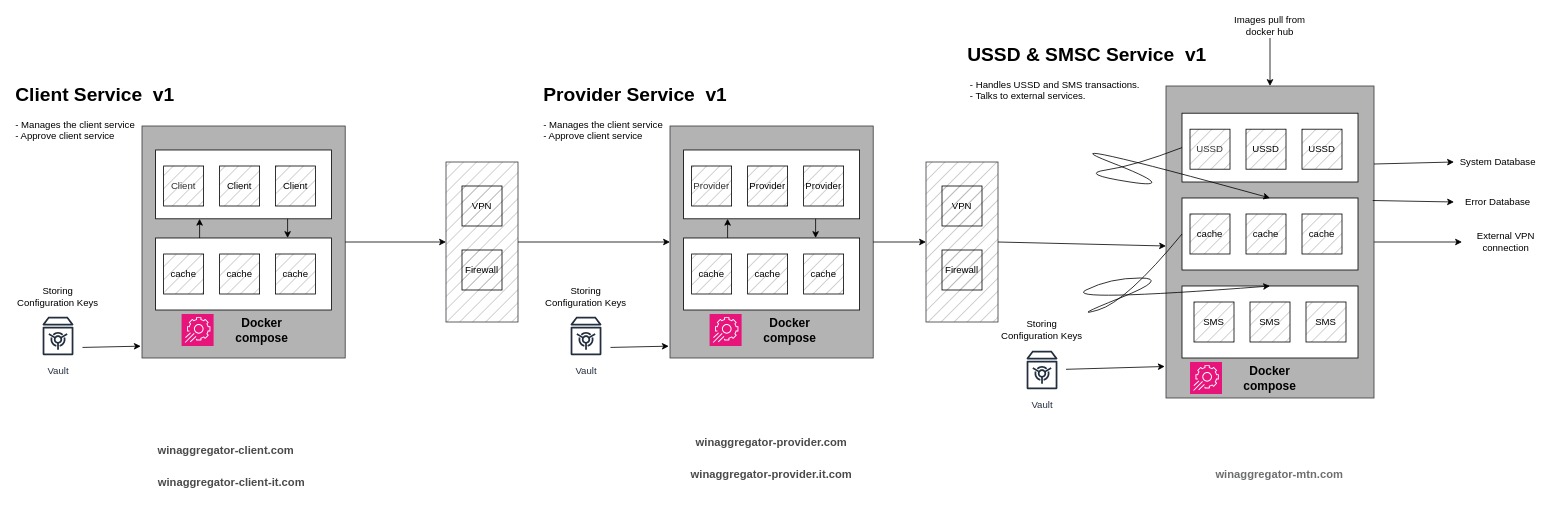
Before: VAS.drawio in brilliantnarlo/system-design, a draw.io diagram. Source tidied: cells renumbered, new cells numbered last; positions are measured from the earlier drawing's top-left corner, leaving out a move shared by most shapes. Both pictures are drawn from the tidied source at 80%, with x=0, y=0 at pixel (14, 14).
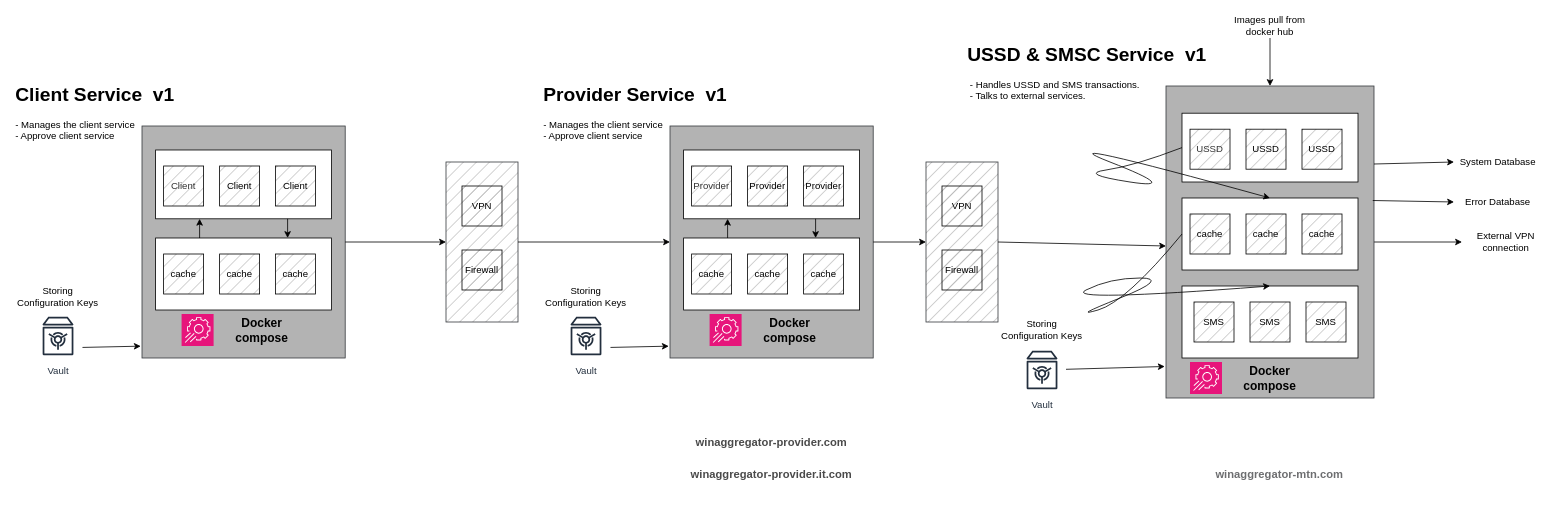
Above is the later version.

What changed in the source:
```diff
@@
-    <mxCell id="76" value="&lt;span style=&quot;color: rgb(74, 74, 74); font-family: &amp;quot;GB Museo Sans&amp;quot;, Arial, Helvetica, sans-serif; font-size: 14px; font-weight: 700; text-align: start; text-wrap-mode: nowrap; background-color: rgb(255, 255, 255);&quot;&gt;winaggregator-client.com&lt;/span&gt;" style="text;html=1;whiteSpace=wrap;strokeColor=none;fillColor=none;align=center;verticalAlign=middle;rounded=0;" parent="1" vertex="1">
-      <mxGeometry x="209.5" y="530" width="110" height="30" as="geometry" />
-    </mxCell>
-    <mxCell id="77" value="&lt;span style=&quot;color: rgb(74, 74, 74); font-family: &amp;quot;GB Museo Sans&amp;quot;, Arial, Helvetica, sans-serif; font-size: 14px; font-weight: 700; text-align: start; text-wrap-mode: nowrap; background-color: rgb(255, 255, 255);&quot;&gt;winaggregator-client-it.com&lt;/span&gt;" style="text;html=1;whiteSpace=wrap;strokeColor=none;fillColor=none;align=center;verticalAlign=middle;rounded=0;" parent="1" vertex="1">
-      <mxGeometry x="217" y="570" width="110" height="30" as="geometry" />
-    </mxCell>
```
